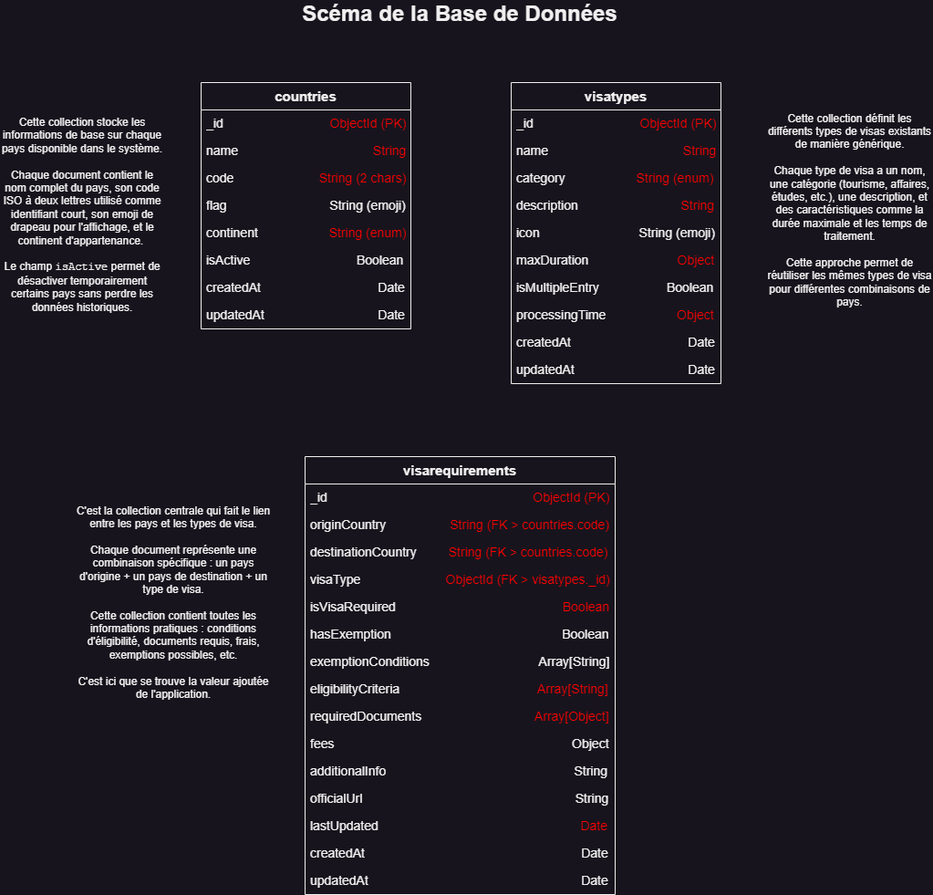
Above: part3/images/schema_db.png in daalagelerua/holbertonschool-portfolio_project (draw.io), before the change. Source tidied: cells renumbered, new cells last; positions are measured from the earlier drawing's top-left corner, leaving out a move shared by most shapes.
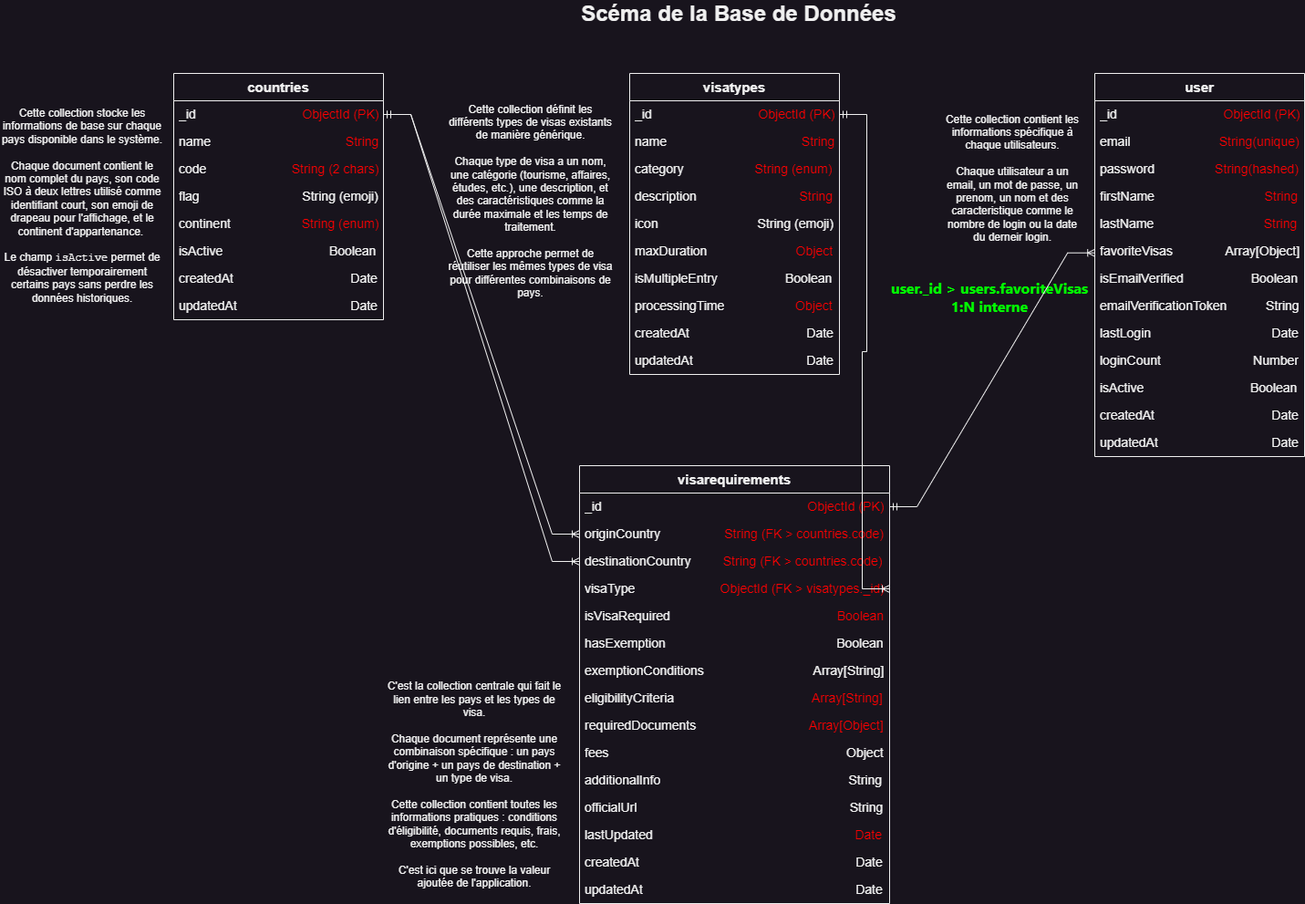
After the change.

Change to the diagram source:
```diff
@@ -3,7 +3,7 @@
     <mxCell id="0" />
     <mxCell id="1" parent="0" />
     <mxCell id="2" value="&lt;b&gt;&lt;font style=&quot;font-size: 24px;&quot;&gt;Scéma de la Base de Données&lt;/font&gt;&lt;/b&gt;" style="text;html=1;align=center;verticalAlign=middle;whiteSpace=wrap;rounded=0;" parent="1" vertex="1">
-      <mxGeometry x="234" width="540" height="30" as="geometry" />
+      <mxGeometry x="570" y="10" width="540" height="30" as="geometry" />
     </mxCell>
     <mxCell id="3" value="&lt;b&gt;&lt;font style=&quot;font-size: 15px;&quot;&gt;countries&lt;/font&gt;&lt;/b&gt;" style="swimlane;fontStyle=0;horizontal=1;startSize=30;whiteSpace=wrap;html=1;" parent="1" vertex="1">
       <mxGeometry x="220" y="90" width="230" height="270" as="geometry" />
@@ -33,7 +33,7 @@
       <mxGeometry y="240" width="230" height="30" as="geometry" />
     </mxCell>
     <mxCell id="12" value="&lt;b&gt;&lt;font style=&quot;font-size: 15px;&quot;&gt;visatypes&lt;/font&gt;&lt;/b&gt;" style="swimlane;fontStyle=0;horizontal=1;startSize=30;whiteSpace=wrap;html=1;" parent="1" vertex="1">
-      <mxGeometry x="560" y="90" width="230" height="330" as="geometry" />
+      <mxGeometry x="720" y="90" width="230" height="330" as="geometry" />
     </mxCell>
     <mxCell id="13" value="&lt;font style=&quot;font-size: 14px;&quot;&gt;_id&amp;nbsp; &amp;nbsp; &amp;nbsp; &amp;nbsp; &amp;nbsp; &amp;nbsp; &amp;nbsp; &amp;nbsp; &amp;nbsp; &amp;nbsp; &amp;nbsp; &amp;nbsp; &amp;nbsp; &amp;nbsp; &amp;nbsp; &lt;font color=&quot;#ff0000&quot;&gt;ObjectId (PK)&lt;/font&gt;&lt;/font&gt;" style="text;strokeColor=none;fillColor=none;align=left;verticalAlign=middle;spacingLeft=4;spacingRight=4;overflow=hidden;points=[[0,0.5],[1,0.5]];portConstraint=eastwest;whiteSpace=wrap;html=1;" parent="12" vertex="1">
       <mxGeometry y="30" width="230" height="30" as="geometry" />
@@ -66,7 +66,7 @@
       <mxGeometry y="300" width="230" height="30" as="geometry" />
     </mxCell>
     <mxCell id="23" value="&lt;b&gt;&lt;font style=&quot;font-size: 15px;&quot;&gt;visarequirements&lt;/font&gt;&lt;/b&gt;" style="swimlane;fontStyle=0;horizontal=1;startSize=30;whiteSpace=wrap;html=1;" parent="1" vertex="1">
-      <mxGeometry x="334" y="500" width="340" height="480" as="geometry" />
+      <mxGeometry x="665" y="520" width="340" height="480" as="geometry" />
     </mxCell>
     <mxCell id="24" value="&lt;font style=&quot;font-size: 14px;&quot;&gt;_id&amp;nbsp; &amp;nbsp; &amp;nbsp; &amp;nbsp; &amp;nbsp; &amp;nbsp; &amp;nbsp; &amp;nbsp; &amp;nbsp; &amp;nbsp; &amp;nbsp; &amp;nbsp; &amp;nbsp; &amp;nbsp; &amp;nbsp; &amp;nbsp; &amp;nbsp; &amp;nbsp; &amp;nbsp; &amp;nbsp; &amp;nbsp; &amp;nbsp; &amp;nbsp; &amp;nbsp; &amp;nbsp; &amp;nbsp; &amp;nbsp; &amp;nbsp; &amp;nbsp;&amp;nbsp;&lt;font color=&quot;#ff0000&quot;&gt;ObjectId (PK)&lt;/font&gt;&lt;/font&gt;" style="text;strokeColor=none;fillColor=none;align=left;verticalAlign=middle;spacingLeft=4;spacingRight=4;overflow=hidden;points=[[0,0.5],[1,0.5]];portConstraint=eastwest;whiteSpace=wrap;html=1;" parent="23" vertex="1">
       <mxGeometry y="30" width="340" height="30" as="geometry" />
@@ -114,13 +114,73 @@
       <mxGeometry y="450" width="340" height="30" as="geometry" />
     </mxCell>
     <mxCell id="39" value="Cette collection stocke les informations de base sur chaque pays disponible dans le système.&lt;div&gt;&lt;br&gt;&lt;/div&gt;&lt;div&gt;Chaque document contient le nom complet du pays, son code ISO à deux lettres utilisé comme identifiant court, son emoji de drapeau pour l'affichage, et le continent d'appartenance.&amp;nbsp;&lt;/div&gt;&lt;div&gt;&lt;br&gt;&lt;/div&gt;&lt;div&gt;Le champ &lt;code class=&quot;bg-text-200/5 border border-0.5 border-border-300 text-danger-000 whitespace-pre-wrap rounded-[0.4rem] px-1 py-px text-[0.9rem]&quot;&gt;isActive&lt;/code&gt; permet de désactiver temporairement certains pays sans perdre les données historiques.&lt;/div&gt;" style="text;html=1;align=center;verticalAlign=middle;whiteSpace=wrap;rounded=0;" parent="1" vertex="1">
-      <mxGeometry y="120" width="180" height="230" as="geometry" />
+      <mxGeometry x="30" y="120" width="180" height="230" as="geometry" />
     </mxCell>
     <mxCell id="40" value="Cette collection définit les différents types de visas existants de manière générique.&lt;div&gt;&lt;br&gt;&lt;/div&gt;&lt;div&gt;Chaque type de visa a un nom, une catégorie (tourisme, affaires, études, etc.), une description, et des caractéristiques comme la durée maximale et les temps de traitement.&lt;/div&gt;&lt;div&gt;&lt;br&gt;&lt;/div&gt;&lt;div&gt;Cette approche permet de réutiliser les mêmes types de visa pour différentes combinaisons de pays.&lt;/div&gt;" style="text;html=1;align=center;verticalAlign=middle;whiteSpace=wrap;rounded=0;" parent="1" vertex="1">
-      <mxGeometry x="840" y="120" width="183" height="220" as="geometry" />
+      <mxGeometry x="520" y="120" width="183" height="220" as="geometry" />
     </mxCell>
     <mxCell id="41" value="C'est la collection centrale qui fait le lien entre les pays et les types de visa.&lt;div&gt;&lt;br&gt;&lt;/div&gt;&lt;div&gt;Chaque document représente une combinaison spécifique : un pays d'origine + un pays de destination + un type de visa.&lt;/div&gt;&lt;div&gt;&lt;br&gt;&lt;/div&gt;&lt;div&gt;Cette collection contient toutes les informations pratiques : conditions d'éligibilité, documents requis, frais, exemptions possibles, etc.&lt;/div&gt;&lt;div&gt;&lt;br&gt;&lt;/div&gt;&lt;div&gt;C'est ici que se trouve la valeur ajoutée de l'application.&lt;/div&gt;" style="text;html=1;align=center;verticalAlign=middle;whiteSpace=wrap;rounded=0;" parent="1" vertex="1">
-      <mxGeometry x="80" y="530" width="220" height="260" as="geometry" />
+      <mxGeometry x="450" y="740" width="200" height="260" as="geometry" />
     </mxCell>
+    <mxCell id="42" value="&lt;b&gt;&lt;font style=&quot;font-size: 15px;&quot;&gt;user&lt;/font&gt;&lt;/b&gt;" style="swimlane;fontStyle=0;horizontal=1;startSize=30;whiteSpace=wrap;html=1;" parent="1" vertex="1">
+      <mxGeometry x="1230" y="90" width="230" height="420" as="geometry" />
+    </mxCell>
+    <mxCell id="43" value="&lt;font style=&quot;font-size: 14px;&quot;&gt;_id&amp;nbsp; &amp;nbsp; &amp;nbsp; &amp;nbsp; &amp;nbsp; &amp;nbsp; &amp;nbsp; &amp;nbsp; &amp;nbsp; &amp;nbsp; &amp;nbsp; &amp;nbsp; &amp;nbsp; &amp;nbsp; &amp;nbsp; &lt;font color=&quot;#ff0000&quot;&gt;ObjectId (PK)&lt;/font&gt;&lt;/font&gt;" style="text;strokeColor=none;fillColor=none;align=left;verticalAlign=middle;spacingLeft=4;spacingRight=4;overflow=hidden;whiteSpace=wrap;html=1;" parent="42" vertex="1">
+      <mxGeometry y="30" width="230" height="30" as="geometry" />
+    </mxCell>
+    <mxCell id="44" value="&lt;font style=&quot;font-size: 14px;&quot;&gt;email&amp;nbsp; &amp;nbsp; &amp;nbsp; &amp;nbsp; &amp;nbsp; &amp;nbsp; &amp;nbsp; &amp;nbsp; &amp;nbsp; &amp;nbsp; &amp;nbsp; &amp;nbsp; &amp;nbsp;&lt;font color=&quot;#ff0000&quot;&gt;String(unique)&lt;/font&gt;&lt;/font&gt;" style="text;strokeColor=none;fillColor=none;align=left;verticalAlign=middle;spacingLeft=4;spacingRight=4;overflow=hidden;whiteSpace=wrap;html=1;" parent="42" vertex="1">
+      <mxGeometry y="60" width="230" height="30" as="geometry" />
+    </mxCell>
+    <mxCell id="45" value="&lt;font style=&quot;font-size: 14px;&quot;&gt;password&amp;nbsp; &amp;nbsp; &amp;nbsp; &amp;nbsp; &amp;nbsp; &amp;nbsp; &amp;nbsp; &amp;nbsp; &amp;nbsp;&lt;font color=&quot;#ff0000&quot;&gt;String(hashed)&lt;/font&gt;&lt;/font&gt;" style="text;strokeColor=none;fillColor=none;align=left;verticalAlign=middle;spacingLeft=4;spacingRight=4;overflow=hidden;whiteSpace=wrap;html=1;" parent="42" vertex="1">
+      <mxGeometry y="90" width="230" height="30" as="geometry" />
+    </mxCell>
+    <mxCell id="46" value="&lt;font style=&quot;font-size: 14px;&quot;&gt;firstName&amp;nbsp; &amp;nbsp; &amp;nbsp; &amp;nbsp; &amp;nbsp; &amp;nbsp; &amp;nbsp; &amp;nbsp; &amp;nbsp; &amp;nbsp; &amp;nbsp; &amp;nbsp; &amp;nbsp; &amp;nbsp; &amp;nbsp; &amp;nbsp;&lt;font color=&quot;#ff0000&quot;&gt;String&lt;/font&gt;&lt;/font&gt;" style="text;strokeColor=none;fillColor=none;align=left;verticalAlign=middle;spacingLeft=4;spacingRight=4;overflow=hidden;whiteSpace=wrap;html=1;" parent="42" vertex="1">
+      <mxGeometry y="120" width="230" height="30" as="geometry" />
+    </mxCell>
+    <mxCell id="47" value="&lt;font style=&quot;font-size: 14px;&quot;&gt;lastName&amp;nbsp; &amp;nbsp; &amp;nbsp; &amp;nbsp; &amp;nbsp; &amp;nbsp; &amp;nbsp; &amp;nbsp; &amp;nbsp; &amp;nbsp; &amp;nbsp; &amp;nbsp; &amp;nbsp; &amp;nbsp; &amp;nbsp; &amp;nbsp;&lt;font color=&quot;#ff0000&quot;&gt;String&lt;/font&gt;&lt;/font&gt;" style="text;strokeColor=none;fillColor=none;align=left;verticalAlign=middle;spacingLeft=4;spacingRight=4;overflow=hidden;whiteSpace=wrap;html=1;" parent="42" vertex="1">
+      <mxGeometry y="150" width="230" height="30" as="geometry" />
+    </mxCell>
+    <mxCell id="48" value="&lt;span style=&quot;font-size: 14px;&quot;&gt;favoriteVisas&amp;nbsp; &amp;nbsp; &amp;nbsp; &amp;nbsp; &amp;nbsp; &amp;nbsp; &amp;nbsp; &amp;nbsp;Array[Object]&lt;/span&gt;" style="text;strokeColor=none;fillColor=none;align=left;verticalAlign=middle;spacingLeft=4;spacingRight=4;overflow=hidden;whiteSpace=wrap;html=1;" parent="42" vertex="1">
+      <mxGeometry y="180" width="230" height="30" as="geometry" />
+    </mxCell>
+    <mxCell id="49" value="&lt;span style=&quot;font-size: 14px;&quot;&gt;isEmailVerified&amp;nbsp; &amp;nbsp; &amp;nbsp; &amp;nbsp; &amp;nbsp; &amp;nbsp; &amp;nbsp; &amp;nbsp; &amp;nbsp; &amp;nbsp;Boolean&lt;/span&gt;" style="text;strokeColor=none;fillColor=none;align=left;verticalAlign=middle;spacingLeft=4;spacingRight=4;overflow=hidden;whiteSpace=wrap;html=1;" parent="42" vertex="1">
+      <mxGeometry y="210" width="230" height="30" as="geometry" />
+    </mxCell>
+    <mxCell id="50" value="&lt;font style=&quot;font-size: 14px;&quot;&gt;emailVerificationToken&amp;nbsp; &amp;nbsp; &amp;nbsp; &amp;nbsp; &amp;nbsp; &amp;nbsp;String&lt;/font&gt;" style="text;strokeColor=none;fillColor=none;align=left;verticalAlign=middle;spacingLeft=4;spacingRight=4;overflow=hidden;whiteSpace=wrap;html=1;" parent="42" vertex="1">
+      <mxGeometry y="240" width="230" height="30" as="geometry" />
+    </mxCell>
+    <mxCell id="51" value="&lt;font style=&quot;font-size: 14px;&quot;&gt;lastLogin&amp;nbsp; &amp;nbsp; &amp;nbsp; &amp;nbsp; &amp;nbsp; &amp;nbsp; &amp;nbsp; &amp;nbsp; &amp;nbsp; &amp;nbsp; &amp;nbsp; &amp;nbsp; &amp;nbsp; &amp;nbsp; &amp;nbsp; &amp;nbsp; &amp;nbsp; Date&lt;/font&gt;" style="text;strokeColor=none;fillColor=none;align=left;verticalAlign=middle;spacingLeft=4;spacingRight=4;overflow=hidden;whiteSpace=wrap;html=1;" parent="42" vertex="1">
+      <mxGeometry y="270" width="230" height="30" as="geometry" />
+    </mxCell>
+    <mxCell id="52" value="&lt;font style=&quot;font-size: 14px;&quot;&gt;loginCount&amp;nbsp; &amp;nbsp; &amp;nbsp; &amp;nbsp; &amp;nbsp; &amp;nbsp; &amp;nbsp; &amp;nbsp; &amp;nbsp; &amp;nbsp; &amp;nbsp; &amp;nbsp; &amp;nbsp; Number&lt;/font&gt;" style="text;strokeColor=none;fillColor=none;align=left;verticalAlign=middle;spacingLeft=4;spacingRight=4;overflow=hidden;whiteSpace=wrap;html=1;" parent="42" vertex="1">
+      <mxGeometry y="300" width="230" height="30" as="geometry" />
+    </mxCell>
+    <mxCell id="53" value="&lt;font style=&quot;font-size: 14px;&quot;&gt;isActive&amp;nbsp; &amp;nbsp; &amp;nbsp; &amp;nbsp; &amp;nbsp; &amp;nbsp; &amp;nbsp; &amp;nbsp; &amp;nbsp; &amp;nbsp; &amp;nbsp; &amp;nbsp; &amp;nbsp; &amp;nbsp; &amp;nbsp; Boolean&lt;/font&gt;" style="text;strokeColor=none;fillColor=none;align=left;verticalAlign=middle;spacingLeft=4;spacingRight=4;overflow=hidden;whiteSpace=wrap;html=1;" parent="42" vertex="1">
+      <mxGeometry y="330" width="230" height="30" as="geometry" />
+    </mxCell>
+    <mxCell id="54" value="&lt;font style=&quot;font-size: 14px;&quot;&gt;createdAt&amp;nbsp; &amp;nbsp; &amp;nbsp; &amp;nbsp; &amp;nbsp; &amp;nbsp; &amp;nbsp; &amp;nbsp; &amp;nbsp; &amp;nbsp; &amp;nbsp; &amp;nbsp; &amp;nbsp; &amp;nbsp; &amp;nbsp; &amp;nbsp; &amp;nbsp;Date&lt;/font&gt;" style="text;strokeColor=none;fillColor=none;align=left;verticalAlign=middle;spacingLeft=4;spacingRight=4;overflow=hidden;whiteSpace=wrap;html=1;" parent="42" vertex="1">
+      <mxGeometry y="360" width="230" height="30" as="geometry" />
+    </mxCell>
+    <mxCell id="55" value="&lt;font style=&quot;font-size: 14px;&quot;&gt;updatedAt&amp;nbsp; &amp;nbsp; &amp;nbsp; &amp;nbsp; &amp;nbsp; &amp;nbsp; &amp;nbsp; &amp;nbsp; &amp;nbsp; &amp;nbsp; &amp;nbsp; &amp;nbsp; &amp;nbsp; &amp;nbsp; &amp;nbsp; &amp;nbsp; Date&lt;/font&gt;" style="text;strokeColor=none;fillColor=none;align=left;verticalAlign=middle;spacingLeft=4;spacingRight=4;overflow=hidden;whiteSpace=wrap;html=1;" parent="42" vertex="1">
+      <mxGeometry y="390" width="230" height="30" as="geometry" />
+    </mxCell>
+    <mxCell id="56" value="Cette collection contient les informations spécifique à chaque utilisateurs.&lt;div&gt;&lt;br&gt;&lt;/div&gt;&lt;div&gt;Chaque utilisateur a un email, un mot de passe, un prenom, un nom et des caracteristique comme le nombre de login ou la date du derneir login.&lt;/div&gt;" style="text;html=1;align=center;verticalAlign=middle;whiteSpace=wrap;rounded=0;" parent="1" vertex="1">
+      <mxGeometry x="1060" y="120" width="160" height="170" as="geometry" />
+    </mxCell>
+    <mxCell id="57" value="&lt;div style=&quot;&quot;&gt;&lt;font size=&quot;3&quot; face=&quot;Segoe UI, Tahoma, Geneva, Verdana, sans-serif&quot; color=&quot;#00ff00&quot;&gt;&lt;b&gt;user._id &amp;gt; users.favoriteVisas&lt;/b&gt;&lt;/font&gt;&lt;/div&gt;&lt;div style=&quot;&quot;&gt;&lt;font size=&quot;3&quot; face=&quot;Segoe UI, Tahoma, Geneva, Verdana, sans-serif&quot; color=&quot;#00ff00&quot;&gt;&lt;b&gt;1:N interne&lt;/b&gt;&lt;/font&gt;&lt;/div&gt;" style="text;html=1;align=center;verticalAlign=middle;whiteSpace=wrap;rounded=0;" parent="1" vertex="1">
+      <mxGeometry x="1000" y="280" width="230" height="110" as="geometry" />
+    </mxCell>
+    <mxCell id="58" style="edgeStyle=entityRelationEdgeStyle;fontSize=12;html=1;endArrow=ERoneToMany;startArrow=ERmandOne;rounded=0;entryX=1.001;entryY=0.061;entryDx=0;entryDy=0;entryPerimeter=0;exitX=1;exitY=0.5;exitDx=0;exitDy=0;" parent="1" edge="1" source="24" target="57">
+      <mxGeometry relative="1" as="geometry" />
+    </mxCell>
+    <mxCell id="59" style="edgeStyle=entityRelationEdgeStyle;fontSize=12;html=1;endArrow=ERoneToMany;startArrow=ERmandOne;rounded=0;exitX=1;exitY=0.5;exitDx=0;exitDy=0;entryX=1;entryY=0.5;entryDx=0;entryDy=0;" parent="1" edge="1" source="13" target="27">
+      <mxGeometry relative="1" as="geometry" />
+    </mxCell>
+    <mxCell id="60" style="edgeStyle=entityRelationEdgeStyle;fontSize=12;html=1;endArrow=ERoneToMany;startArrow=ERmandOne;rounded=0;exitX=1;exitY=0.5;exitDx=0;exitDy=0;entryX=0;entryY=0.5;entryDx=0;entryDy=0;" parent="1" edge="1" source="4" target="25">
+      <mxGeometry relative="1" as="geometry" />
+    </mxCell>
+    <mxCell id="61" style="edgeStyle=entityRelationEdgeStyle;fontSize=12;html=1;endArrow=ERoneToMany;startArrow=ERmandOne;rounded=0;exitX=1;exitY=0.5;exitDx=0;exitDy=0;entryX=0;entryY=0.5;entryDx=0;entryDy=0;" parent="1" edge="1" source="4" target="26">
+      <mxGeometry relative="1" as="geometry" />
+    </mxCell>
   </root>
 </mxGraphModel>
```
